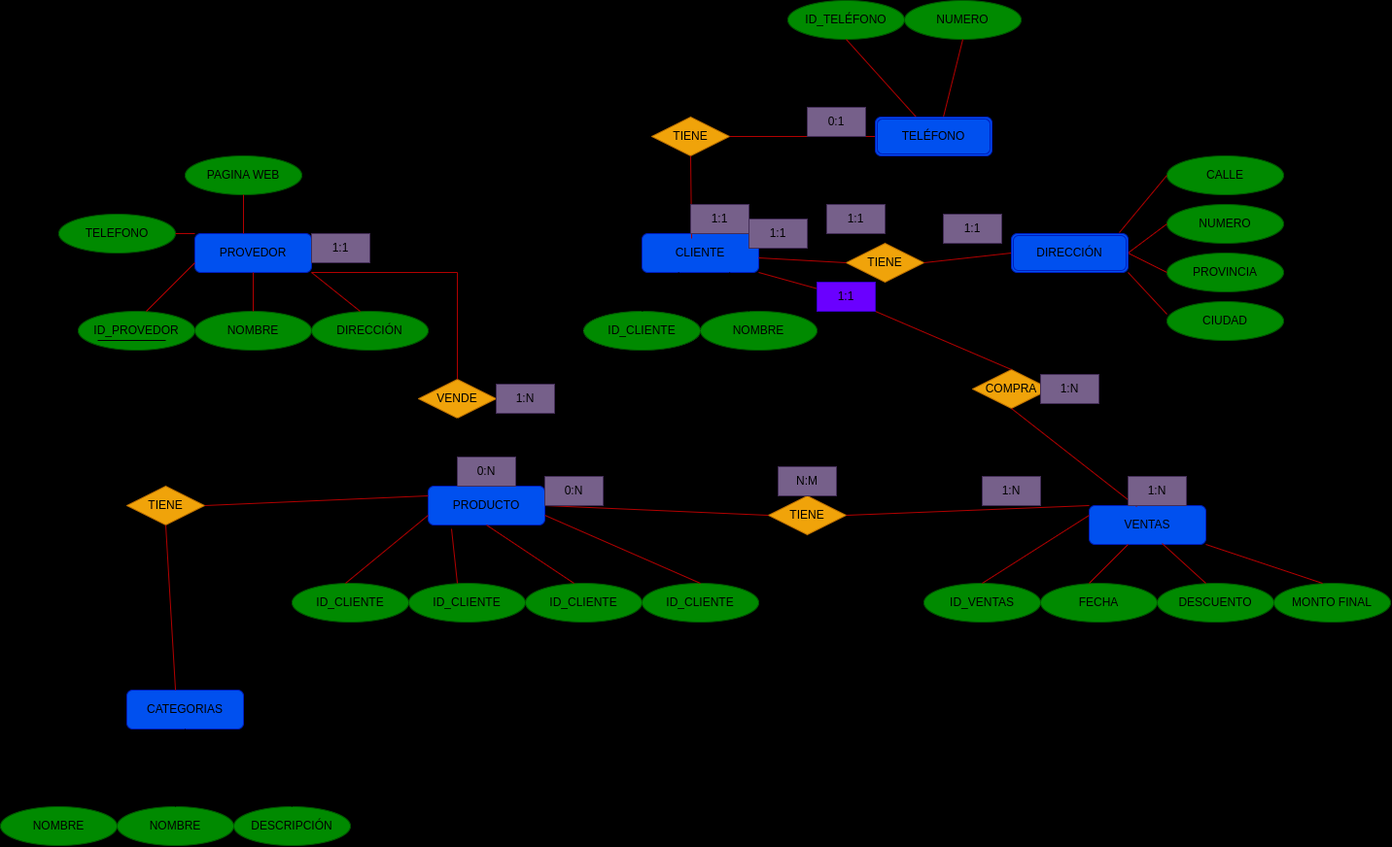
The draw.io diagram tarea/tarea2/entidad_relacio_propuesto.drawio.png in johnfredyrg1226/base_datos2, before a commit. Source tidied: cells renumbered, new cells last; positions are measured from the earlier drawing's top-left corner, leaving out a move shared by most shapes.
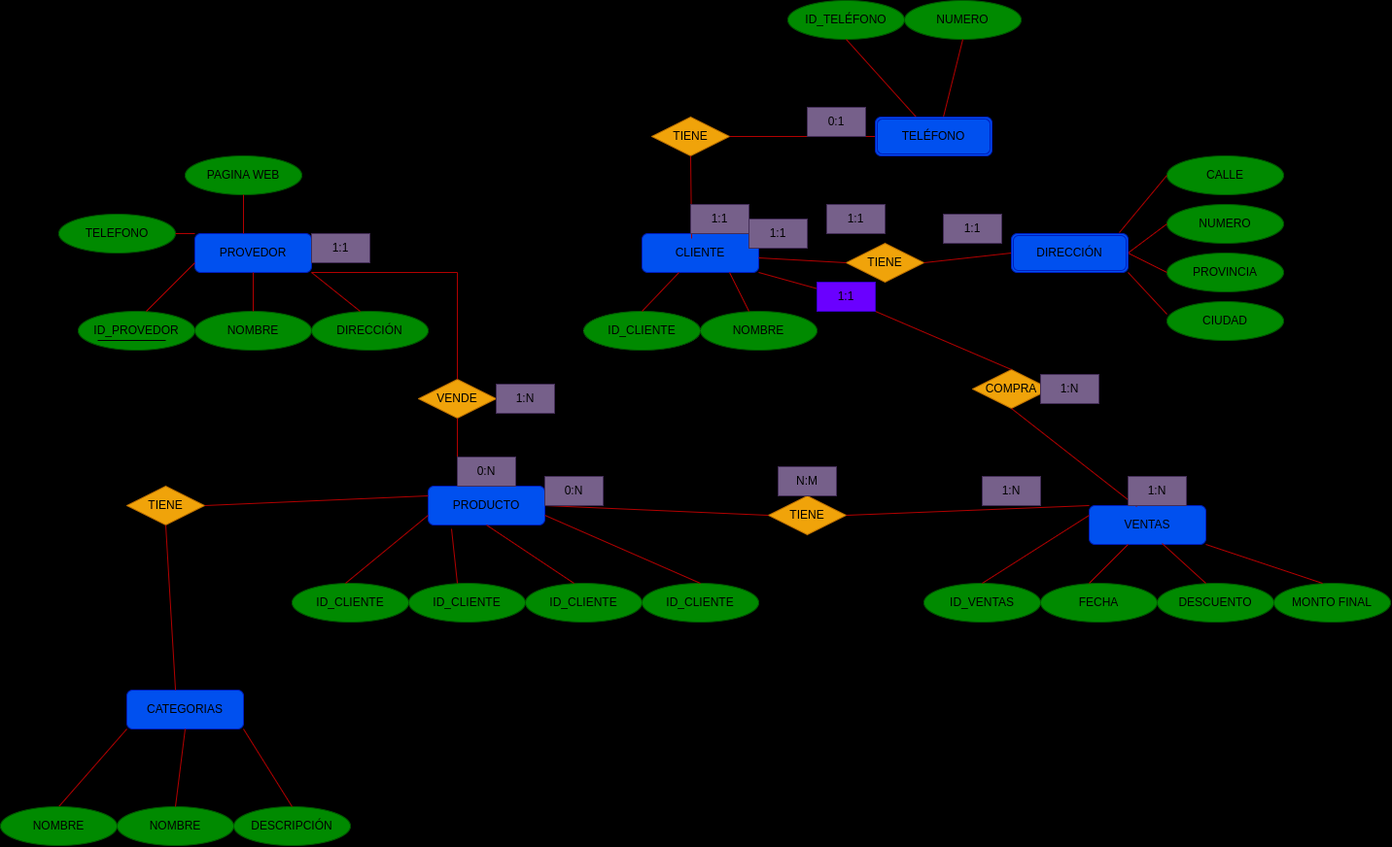
After the change.

Commit message:
CORRECCION TAREA2_UNIDAD2

What changed in the source:
```diff
@@ -70,12 +70,12 @@
     <mxCell id="19" value="NUMERO" style="ellipse;whiteSpace=wrap;html=1;fillColor=#008a00;strokeColor=#005700;" parent="1" vertex="1">
       <mxGeometry x="930" width="120" height="40" as="geometry" />
     </mxCell>
-    <mxCell id="20" style="endArrow=none;html=1;rounded=0;entryX=0.317;entryY=1;entryDx=0;entryDy=0;entryPerimeter=0;" parent="1" edge="1" target="14">
+    <mxCell id="20" style="endArrow=none;html=1;rounded=0;entryX=0.317;entryY=1;entryDx=0;entryDy=0;entryPerimeter=0;fillColor=#e51400;strokeColor=#B20000;" parent="1" edge="1" target="14">
       <mxGeometry relative="1" as="geometry">
         <mxPoint x="660" y="320" as="sourcePoint" />
       </mxGeometry>
     </mxCell>
-    <mxCell id="21" style="endArrow=none;html=1;rounded=0;entryX=0.75;entryY=1;entryDx=0;entryDy=0;" parent="1" edge="1" target="14">
+    <mxCell id="21" style="endArrow=none;html=1;rounded=0;entryX=0.75;entryY=1;entryDx=0;entryDy=0;fillColor=#e51400;strokeColor=#B20000;" parent="1" edge="1" target="14">
       <mxGeometry relative="1" as="geometry">
         <mxPoint x="770" y="320" as="sourcePoint" />
       </mxGeometry>
@@ -192,13 +192,13 @@
         <mxPoint x="170" y="540" as="targetPoint" />
       </mxGeometry>
     </mxCell>
-    <mxCell id="53" style="endArrow=none;html=1;rounded=0;entryX=0;entryY=1;entryDx=0;entryDy=0;exitX=0.5;exitY=0;exitDx=0;exitDy=0;" parent="1" edge="1" source="90" target="48">
+    <mxCell id="53" style="endArrow=none;html=1;rounded=0;entryX=0;entryY=1;entryDx=0;entryDy=0;exitX=0.5;exitY=0;exitDx=0;exitDy=0;fillColor=#e51400;strokeColor=#B20000;" parent="1" edge="1" source="90" target="48">
       <mxGeometry relative="1" as="geometry" />
     </mxCell>
-    <mxCell id="54" style="endArrow=none;html=1;rounded=0;entryX=0.5;entryY=1;entryDx=0;entryDy=0;exitX=0.5;exitY=0;exitDx=0;exitDy=0;" parent="1" edge="1" source="49" target="48">
+    <mxCell id="54" style="endArrow=none;html=1;rounded=0;entryX=0.5;entryY=1;entryDx=0;entryDy=0;exitX=0.5;exitY=0;exitDx=0;exitDy=0;fillColor=#e51400;strokeColor=#B20000;" parent="1" edge="1" source="49" target="48">
       <mxGeometry relative="1" as="geometry" />
     </mxCell>
-    <mxCell id="55" style="endArrow=none;html=1;rounded=0;entryX=1;entryY=1;entryDx=0;entryDy=0;exitX=0.5;exitY=0;exitDx=0;exitDy=0;" parent="1" edge="1" source="50" target="48">
+    <mxCell id="55" style="endArrow=none;html=1;rounded=0;entryX=1;entryY=1;entryDx=0;entryDy=0;exitX=0.5;exitY=0;exitDx=0;exitDy=0;fillColor=#e51400;strokeColor=#B20000;" parent="1" edge="1" source="50" target="48">
       <mxGeometry relative="1" as="geometry" />
     </mxCell>
     <mxCell id="56" value="VENTAS" style="rounded=1;whiteSpace=wrap;html=1;fontSize=12;glass=0;strokeWidth=1;shadow=0;fillColor=#0050ef;strokeColor=#001DBC;" parent="1" vertex="1">
@@ -247,7 +247,7 @@
         </Array>
       </mxGeometry>
     </mxCell>
-    <mxCell id="67" style="endArrow=none;html=1;rounded=0;entryX=0.5;entryY=1;entryDx=0;entryDy=0;exitX=0.25;exitY=0;exitDx=0;exitDy=0;" parent="1" edge="1" source="38" target="65">
+    <mxCell id="67" style="endArrow=none;html=1;rounded=0;entryX=0.5;entryY=1;entryDx=0;entryDy=0;exitX=0.25;exitY=0;exitDx=0;exitDy=0;fillColor=#e51400;strokeColor=#B20000;" parent="1" edge="1" source="38" target="65">
       <mxGeometry relative="1" as="geometry" />
     </mxCell>
     <mxCell id="68" value="TIENE" style="rhombus;whiteSpace=wrap;html=1;fillColor=#f0a30a;strokeColor=#BD7000;" parent="1" vertex="1">
```
